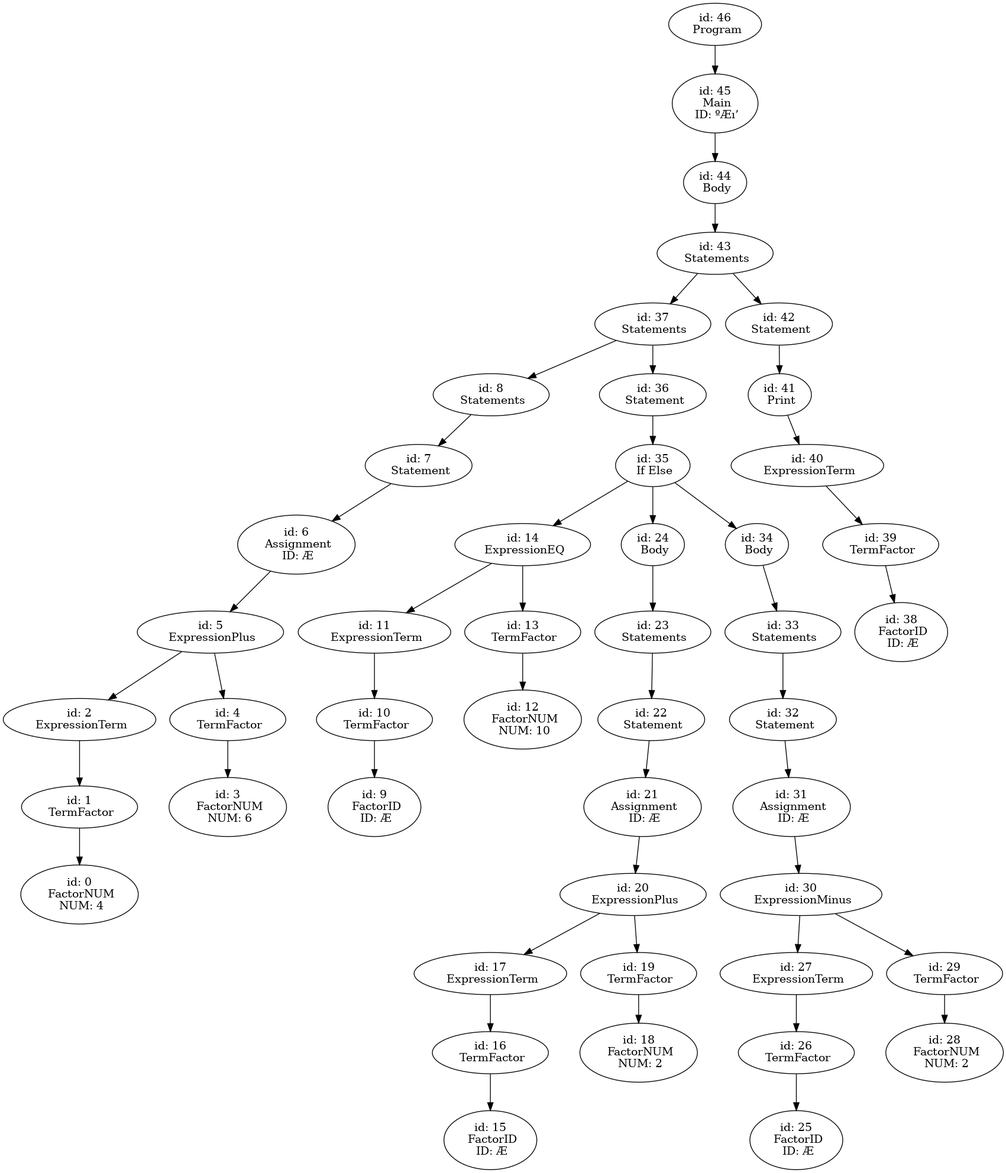
Earlier version of the Graphviz export ex10/ast.png (Finn-Artmann/Styx). Its source is kept beside it as ex10/ast.gv. Its diagram source:
```dot
digraph ast {
n46 [label="id: 46
 Program"];
n46 -> n45;
n45 [label="id: 45
 Main
 ID: ºÆı’"];
n45 -> n44;
n44 [label="id: 44
 Body"];
n44 -> n43;
n43 [label="id: 43
 Statements"];
n43 -> n37;
n37 [label="id: 37
 Statements"];
n37 -> n8;
n8 [label="id: 8
 Statements"];
n8 -> n7;
n7 [label="id: 7
 Statement"];
n7 -> n6;
n6 [label="id: 6
 Assignment
 ID: Æ"];
n6 -> n5;
n5 [label="id: 5
 ExpressionPlus"];
n5 -> n2;
n2 [label="id: 2
 ExpressionTerm"];
n2 -> n1;
n1 [label="id: 1
 TermFactor"];
n1 -> n0;
n0 [label="id: 0
 FactorNUM
 NUM: 4"];
n5 -> n4;
n4 [label="id: 4
 TermFactor"];
n4 -> n3;
n3 [label="id: 3
 FactorNUM
 NUM: 6"];
n37 -> n36;
n36 [label="id: 36
 Statement"];
n36 -> n35;
n35 [label="id: 35
 IfElse"];
n35 -> n14;
n14 [label="id: 14
 ExpressionEQ"];
n14 -> n11;
n11 [label="id: 11
 ExpressionTerm"];
n11 -> n10;
n10 [label="id: 10
 TermFactor"];
n10 -> n9;
n9 [label="id: 9
 FactorID
 ID: Æ"];
n14 -> n13;
n13 [label="id: 13
 TermFactor"];
n13 -> n12;
n12 [label="id: 12
 FactorNUM
 NUM: 10"];
n35 -> n24;
n24 [label="id: 24
 Body"];
n24 -> n23;
n23 [label="id: 23
 Statements"];
n23 -> n22;
n22 [label="id: 22
 Statement"];
n22 -> n21;
n21 [label="id: 21
 Assignment
 ID: Æ"];
n21 -> n20;
n20 [label="id: 20
 ExpressionPlus"];
n20 -> n17;
n17 [label="id: 17
 ExpressionTerm"];
n17 -> n16;
n16 [label="id: 16
 TermFactor"];
n16 -> n15;
n15 [label="id: 15
 FactorID
 ID: Æ"];
n20 -> n19;
n19 [label="id: 19
 TermFactor"];
n19 -> n18;
n18 [label="id: 18
 FactorNUM
 NUM: 2"];
n35 -> n34;
n34 [label="id: 34
 Body"];
n34 -> n33;
n33 [label="id: 33
 Statements"];
n33 -> n32;
n32 [label="id: 32
 Statement"];
n32 -> n31;
n31 [label="id: 31
 Assignment
 ID: Æ"];
n31 -> n30;
n30 [label="id: 30
 ExpressionMinus"];
n30 -> n27;
n27 [label="id: 27
 ExpressionTerm"];
n27 -> n26;
n26 [label="id: 26
 TermFactor"];
n26 -> n25;
n25 [label="id: 25
 FactorID
 ID: Æ"];
n30 -> n29;
n29 [label="id: 29
 TermFactor"];
n29 -> n28;
n28 [label="id: 28
 FactorNUM
 NUM: 2"];
n43 -> n42;
n42 [label="id: 42
 Statement"];
n42 -> n41;
n41 [label="id: 41
 Print"];
n41 -> n40;
n40 [label="id: 40
 ExpressionTerm"];
n40 -> n39;
n39 [label="id: 39
 TermFactor"];
n39 -> n38;
n38 [label="id: 38
 FactorID
 ID: Æ"];
}
```
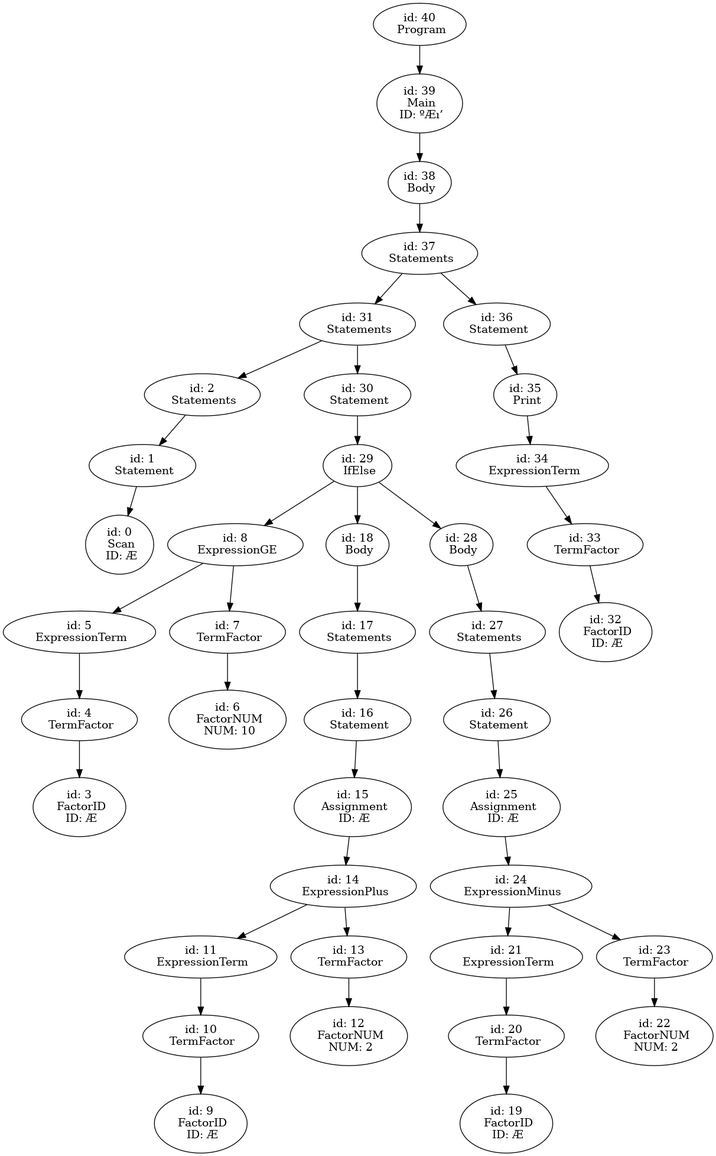
The same diagram one commit later.

Commit message:
Add scan and print

The edit, as a diff of the source:
```diff
@@ -1,58 +1,71 @@
 digraph ast {
-n46 [label="id: 46
+n40 [label="id: 40
  Program"];
-n46 -> n45;
-n45 [label="id: 45
+n40 -> n39;
+n39 [label="id: 39
  Main
  ID: ºÆı’"];
-n45 -> n44;
-n44 [label="id: 44
+n39 -> n38;
+n38 [label="id: 38
  Body"];
-n44 -> n43;
-n43 [label="id: 43
- Statements"];
-n43 -> n37;
+n38 -> n37;
 n37 [label="id: 37
  Statements"];
-n37 -> n8;
-n8 [label="id: 8
+n37 -> n31;
+n31 [label="id: 31
  Statements"];
-n8 -> n7;
-n7 [label="id: 7
- Statement"];
-n7 -> n6;
-n6 [label="id: 6
- Assignment
- ID: Æ"];
-n6 -> n5;
-n5 [label="id: 5
- ExpressionPlus"];
-n5 -> n2;
+n31 -> n2;
 n2 [label="id: 2
- ExpressionTerm"];
+ Statements"];
 n2 -> n1;
 n1 [label="id: 1
- TermFactor"];
+ Statement"];
 n1 -> n0;
 n0 [label="id: 0
- FactorNUM
- NUM: 4"];
+ Scan
+ ID: Æ"];
+n31 -> n30;
+n30 [label="id: 30
+ Statement"];
+n30 -> n29;
+n29 [label="id: 29
+ IfElse"];
+n29 -> n8;
+n8 [label="id: 8
+ ExpressionGE"];
+n8 -> n5;
+n5 [label="id: 5
+ ExpressionTerm"];
 n5 -> n4;
 n4 [label="id: 4
  TermFactor"];
 n4 -> n3;
 n3 [label="id: 3
+ FactorID
+ ID: Æ"];
+n8 -> n7;
+n7 [label="id: 7
+ TermFactor"];
+n7 -> n6;
+n6 [label="id: 6
  FactorNUM
- NUM: 6"];
-n37 -> n36;
-n36 [label="id: 36
+ NUM: 10"];
+n29 -> n18;
+n18 [label="id: 18
+ Body"];
+n18 -> n17;
+n17 [label="id: 17
+ Statements"];
+n17 -> n16;
+n16 [label="id: 16
  Statement"];
-n36 -> n35;
-n35 [label="id: 35
- IfElse"];
-n35 -> n14;
+n16 -> n15;
+n15 [label="id: 15
+ Assignment
+ ID: Æ"];
+n15 -> n14;
 n14 [label="id: 14
- ExpressionEQ"];
+ ExpressionPlus"];
 n14 -> n11;
 n11 [label="id: 11
  ExpressionTerm"];
@@ -69,87 +82,54 @@
 n13 -> n12;
 n12 [label="id: 12
  FactorNUM
- NUM: 10"];
-n35 -> n24;
+ NUM: 1"];
+n29 -> n28;
+n28 [label="id: 28
+ Body"];
+n28 -> n27;
+n27 [label="id: 27
+ Statements"];
+n27 -> n26;
+n26 [label="id: 26
+ Statement"];
+n26 -> n25;
+n25 [label="id: 25
+ Assignment
+ ID: Æ"];
+n25 -> n24;
 n24 [label="id: 24
- Body"];
+ ExpressionMinus"];
+n24 -> n21;
+n21 [label="id: 21
+ ExpressionTerm"];
+n21 -> n20;
+n20 [label="id: 20
+ TermFactor"];
+n20 -> n19;
+n19 [label="id: 19
+ FactorID
+ ID: Æ"];
 n24 -> n23;
 n23 [label="id: 23
- Statements"];
+ TermFactor"];
 n23 -> n22;
 n22 [label="id: 22
- Statement"];
-n22 -> n21;
-n21 [label="id: 21
- Assignment
- ID: Æ"];
-n21 -> n20;
-n20 [label="id: 20
- ExpressionPlus"];
-n20 -> n17;
-n17 [label="id: 17
- ExpressionTerm"];
-n17 -> n16;
-n16 [label="id: 16
- TermFactor"];
-n16 -> n15;
-n15 [label="id: 15
- FactorID
- ID: Æ"];
-n20 -> n19;
-n19 [label="id: 19
- TermFactor"];
-n19 -> n18;
-n18 [label="id: 18
  FactorNUM
  NUM: 2"];
+n37 -> n36;
+n36 [label="id: 36
+ Statement"];
+n36 -> n35;
+n35 [label="id: 35
+ Print"];
 n35 -> n34;
 n34 [label="id: 34
- Body"];
+ ExpressionTerm"];
 n34 -> n33;
 n33 [label="id: 33
- Statements"];
+ TermFactor"];
 n33 -> n32;
 n32 [label="id: 32
- Statement"];
-n32 -> n31;
-n31 [label="id: 31
- Assignment
- ID: Æ"];
-n31 -> n30;
-n30 [label="id: 30
- ExpressionMinus"];
-n30 -> n27;
-n27 [label="id: 27
- ExpressionTerm"];
-n27 -> n26;
-n26 [label="id: 26
- TermFactor"];
-n26 -> n25;
-n25 [label="id: 25
- FactorID
- ID: Æ"];
-n30 -> n29;
-n29 [label="id: 29
- TermFactor"];
-n29 -> n28;
-n28 [label="id: 28
- FactorNUM
- NUM: 2"];
-n43 -> n42;
-n42 [label="id: 42
- Statement"];
-n42 -> n41;
-n41 [label="id: 41
- Print"];
-n41 -> n40;
-n40 [label="id: 40
- ExpressionTerm"];
-n40 -> n39;
-n39 [label="id: 39
- TermFactor"];
-n39 -> n38;
-n38 [label="id: 38
  FactorID
  ID: Æ"];
 }
```
